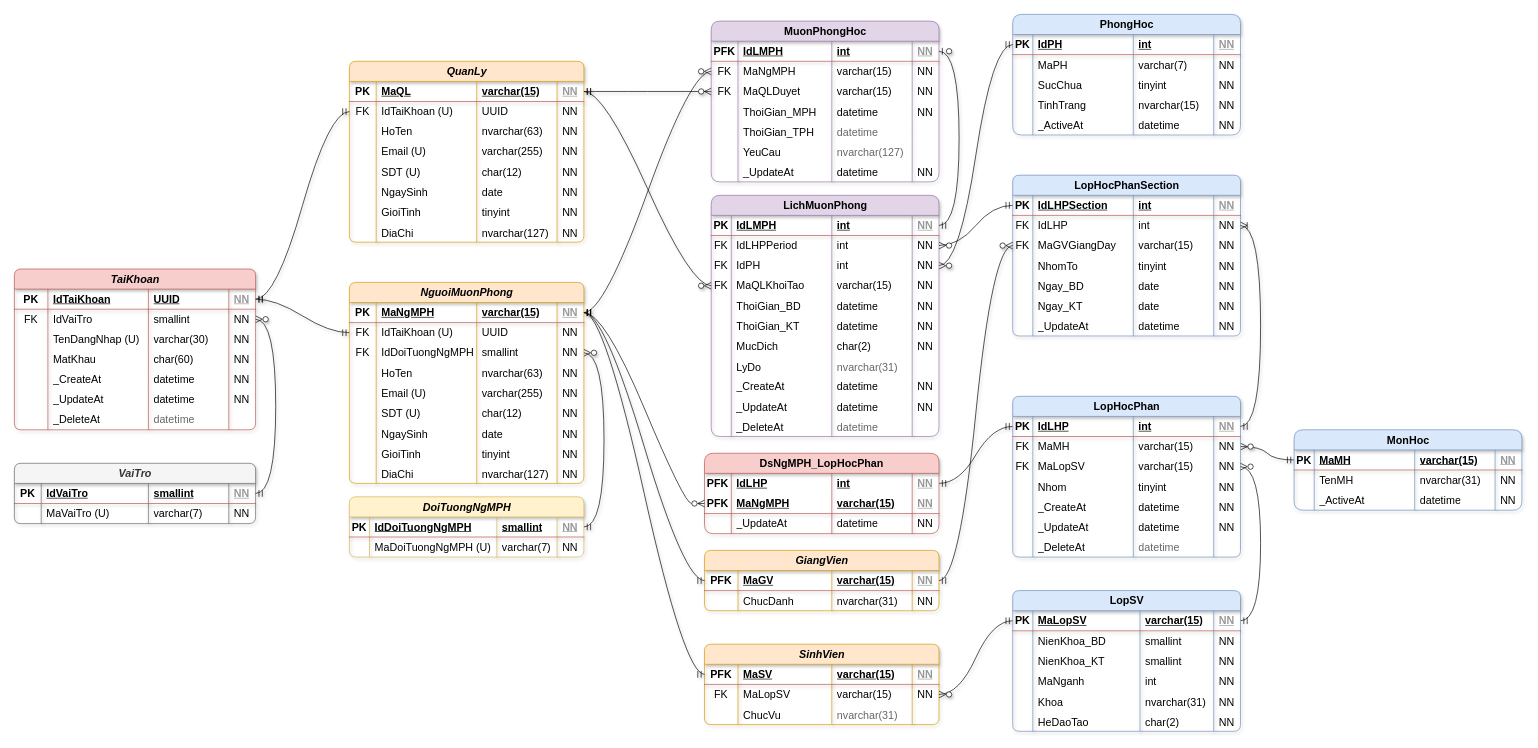
Before: page "SQL diagram" (1 of 3) of Sơ đồ diagram -Complete .drawio in Chinhddemon/QlMuonPhongHoc, a draw.io diagram. Source tidied: cells renumbered, new cells numbered last; positions are measured from the earlier drawing's top-left corner, leaving out a move shared by most shapes. Both pictures are drawn from the tidied source at 67%, with x=0, y=0 at pixel (14, 14).
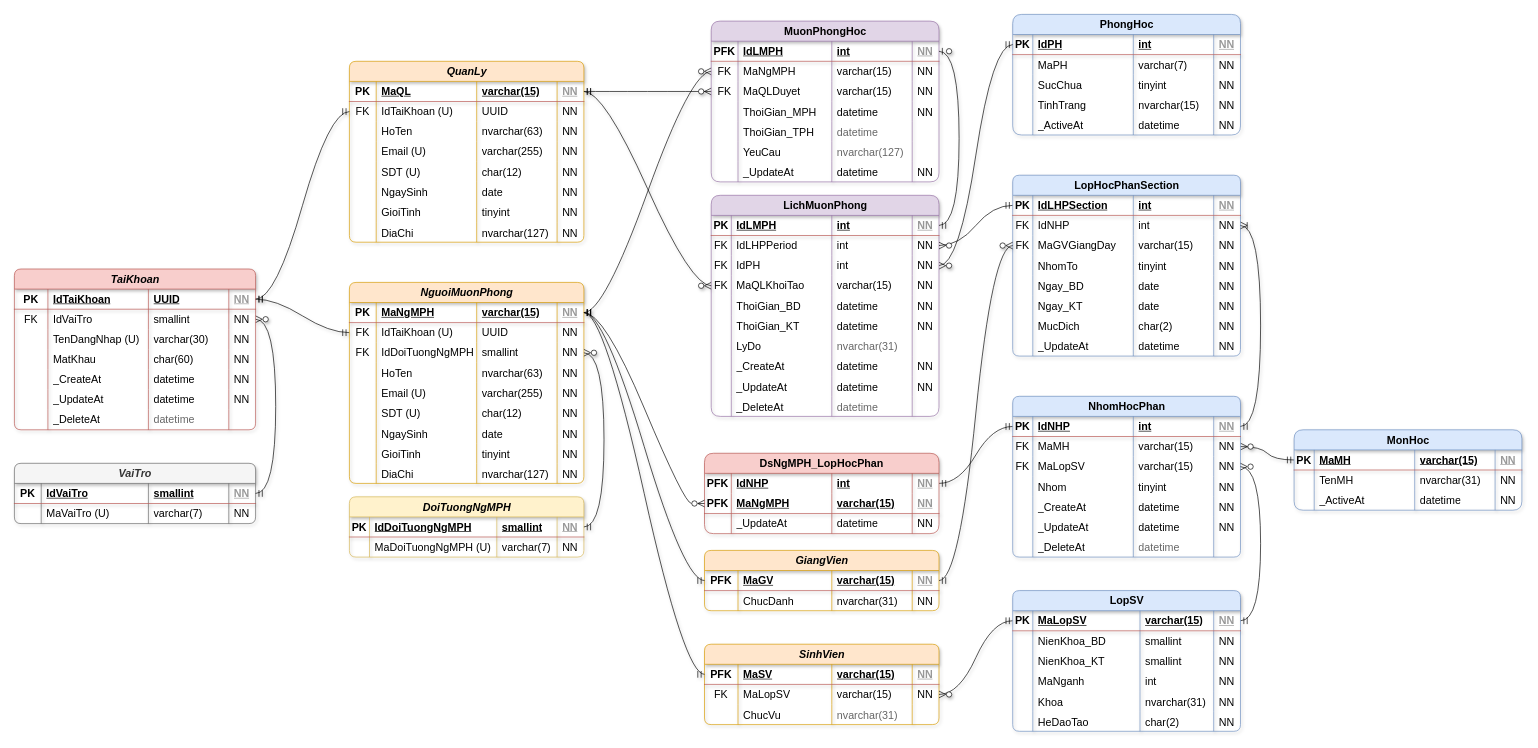
After the change.

The change refers to these unchanged cells:
```xml
<mxCell id="5" style="shape=tableRow;horizontal=0;startSize=0;swimlaneHead=0;swimlaneBody=0;fillColor=none;points=[[0,0.5],[1,0.5]];portConstraint=eastwest;top=0;left=0;right=0;bottom=1;rounded=1;shadow=1;strokeColor=#b85450;strokeWidth=1;align=center;verticalAlign=middle;fontFamily=Helvetica;fontSize=16;fontColor=default;html=1;" parent="4" vertex="1">
  <mxGeometry y="30" width="340" height="30" as="geometry" />
</mxCell>
<mxCell id="143" style="shape=tableRow;horizontal=0;startSize=0;swimlaneHead=0;swimlaneBody=0;fillColor=none;points=[[0,0.5],[1,0.5]];portConstraint=eastwest;top=0;left=0;right=0;bottom=0;html=1;rounded=1;shadow=1;strokeColor=#b85450;strokeWidth=1;align=center;verticalAlign=middle;fontFamily=Helvetica;fontSize=16;fontColor=default;" parent="142" vertex="1">
  <mxGeometry y="30" width="350" height="30" as="geometry" />
</mxCell>
<mxCell id="416" style="shape=tableRow;horizontal=0;startSize=0;swimlaneHead=0;swimlaneBody=0;fillColor=none;points=[[0,0.5],[1,0.5]];portConstraint=eastwest;top=0;left=0;right=0;bottom=0;fontSize=16;" parent="410" vertex="1">
  <mxGeometry y="60" width="340" height="30" as="geometry" />
</mxCell>
```

What changed in the source:
```diff
@@
-    <mxCell id="4" value="LopHocPhan" style="shape=table;startSize=30;childLayout=tableLayout;rowLines=0;fontStyle=1;align=center;html=1;rounded=1;shadow=1;strokeColor=#6c8ebf;strokeWidth=1;verticalAlign=middle;fontFamily=Helvetica;fontSize=16;fillColor=#dae8fc;swimlaneFillColor=none;arcSize=11;" parent="1" vertex="1">
+    <mxCell id="4" value="NhomHocPhan" style="shape=table;startSize=30;childLayout=tableLayout;rowLines=0;fontStyle=1;align=center;html=1;rounded=1;shadow=1;strokeColor=#6c8ebf;strokeWidth=1;verticalAlign=middle;fontFamily=Helvetica;fontSize=16;fillColor=#dae8fc;swimlaneFillColor=none;arcSize=11;" parent="1" vertex="1">
       <mxGeometry x="1490" y="570" width="340" height="240" as="geometry" />
     </mxCell>
@@
-    <mxCell id="7" value="IdLHP" style="shape=partialRectangle;fillColor=none;top=0;left=0;bottom=0;right=0;align=left;spacingLeft=6;fontStyle=5;overflow=hidden;whiteSpace=wrap;html=1;rounded=1;shadow=1;strokeColor=#b85450;strokeWidth=1;verticalAlign=middle;fontFamily=Helvetica;fontSize=16;fontColor=default;startSize=30;" parent="5" vertex="1">
+    <mxCell id="7" value="IdNHP" style="shape=partialRectangle;fillColor=none;top=0;left=0;bottom=0;right=0;align=left;spacingLeft=6;fontStyle=5;overflow=hidden;whiteSpace=wrap;html=1;rounded=1;shadow=1;strokeColor=#b85450;strokeWidth=1;verticalAlign=middle;fontFamily=Helvetica;fontSize=16;fontColor=default;startSize=30;" parent="5" vertex="1">
       <mxGeometry x="30" width="150" height="30" as="geometry" />
     </mxCell>
@@
     <mxCell id="86" value="LichMuonPhong" style="shape=table;startSize=30;childLayout=tableLayout;rowLines=0;fontStyle=1;align=center;html=1;rounded=1;shadow=1;strokeColor=#9673a6;strokeWidth=1;verticalAlign=middle;fontFamily=Helvetica;fontSize=16;fillColor=#e1d5e7;" parent="1" vertex="1">
-      <mxGeometry x="1040" y="270" width="340" height="360" as="geometry" />
+      <mxGeometry x="1040" y="270" width="340" height="330" as="geometry" />
     </mxCell>
@@
-    <mxCell id="117" style="shape=tableRow;horizontal=0;startSize=0;swimlaneHead=0;swimlaneBody=0;fillColor=none;top=0;left=0;right=0;bottom=0;rounded=1;shadow=1;strokeColor=#9673a6;strokeWidth=1;align=center;verticalAlign=middle;fontFamily=Helvetica;fontSize=16;fontColor=default;html=1;" parent="86" vertex="1">
-      <mxGeometry y="210" width="340" height="30" as="geometry" />
-    </mxCell>
-    <mxCell id="118" style="shape=partialRectangle;fillColor=none;top=0;left=0;bottom=0;right=0;overflow=hidden;rounded=1;shadow=1;strokeColor=#9673a6;strokeWidth=1;align=center;verticalAlign=middle;fontFamily=Helvetica;fontSize=16;fontColor=default;startSize=30;html=1;" parent="117" vertex="1">
-      <mxGeometry width="30" height="30" as="geometry" />
-    </mxCell>
-    <mxCell id="119" value="MucDich" style="shape=partialRectangle;fillColor=none;top=0;left=0;bottom=0;right=0;align=left;spacingLeft=6;overflow=hidden;rounded=1;shadow=1;strokeColor=#9673a6;strokeWidth=1;verticalAlign=middle;fontFamily=Helvetica;fontSize=16;fontColor=default;startSize=30;html=1;" parent="117" vertex="1">
-      <mxGeometry x="30" width="150" height="30" as="geometry" />
-    </mxCell>
-    <mxCell id="120" value="char(2)" style="shape=partialRectangle;fillColor=none;top=0;left=0;bottom=0;right=0;align=left;spacingLeft=6;overflow=hidden;rounded=1;shadow=1;strokeColor=#9673a6;strokeWidth=1;verticalAlign=middle;fontFamily=Helvetica;fontSize=16;fontColor=default;startSize=30;html=1;" parent="117" vertex="1">
-      <mxGeometry x="180" width="120" height="30" as="geometry" />
-    </mxCell>
-    <mxCell id="121" value="NN" style="shape=partialRectangle;fillColor=none;top=0;left=0;bottom=0;right=0;align=left;spacingLeft=6;overflow=hidden;rounded=1;shadow=1;strokeColor=#9673a6;strokeWidth=1;verticalAlign=middle;fontFamily=Helvetica;fontSize=16;fontColor=default;startSize=30;html=1;" parent="117" vertex="1">
-      <mxGeometry x="300" width="40" height="30" as="geometry" />
-    </mxCell>
     <mxCell id="122" style="shape=tableRow;horizontal=0;startSize=0;swimlaneHead=0;swimlaneBody=0;fillColor=none;top=0;left=0;right=0;bottom=0;fontSize=16;" parent="86" vertex="1">
-      <mxGeometry y="240" width="340" height="30" as="geometry" />
+      <mxGeometry y="210" width="340" height="30" as="geometry" />
     </mxCell>
@@
     <mxCell id="127" style="shape=tableRow;horizontal=0;startSize=0;swimlaneHead=0;swimlaneBody=0;fillColor=none;top=0;left=0;right=0;bottom=0;rounded=1;shadow=1;strokeColor=#b85450;strokeWidth=1;align=center;verticalAlign=middle;fontFamily=Helvetica;fontSize=16;fontColor=default;html=1;" parent="86" vertex="1">
-      <mxGeometry y="270" width="340" height="30" as="geometry" />
+      <mxGeometry y="240" width="340" height="30" as="geometry" />
     </mxCell>
@@
     <mxCell id="132" style="shape=tableRow;horizontal=0;startSize=0;swimlaneHead=0;swimlaneBody=0;fillColor=none;top=0;left=0;right=0;bottom=0;fontSize=16;" parent="86" vertex="1">
-      <mxGeometry y="300" width="340" height="30" as="geometry" />
+      <mxGeometry y="270" width="340" height="30" as="geometry" />
     </mxCell>
@@
     <mxCell id="137" style="shape=tableRow;horizontal=0;startSize=0;swimlaneHead=0;swimlaneBody=0;fillColor=none;top=0;left=0;right=0;bottom=0;fontSize=16;" parent="86" vertex="1">
-      <mxGeometry y="330" width="340" height="30" as="geometry" />
+      <mxGeometry y="300" width="340" height="30" as="geometry" />
     </mxCell>
@@
-    <mxCell id="145" value="IdLHP" style="shape=partialRectangle;fillColor=none;top=0;left=0;bottom=0;right=0;align=left;spacingLeft=6;fontStyle=5;overflow=hidden;html=1;whiteSpace=wrap;rounded=1;shadow=1;strokeColor=#b85450;strokeWidth=1;verticalAlign=middle;fontFamily=Helvetica;fontSize=16;fontColor=default;startSize=30;" parent="143" vertex="1">
+    <mxCell id="145" value="IdNHP" style="shape=partialRectangle;fillColor=none;top=0;left=0;bottom=0;right=0;align=left;spacingLeft=6;fontStyle=5;overflow=hidden;html=1;whiteSpace=wrap;rounded=1;shadow=1;strokeColor=#b85450;strokeWidth=1;verticalAlign=middle;fontFamily=Helvetica;fontSize=16;fontColor=default;startSize=30;" parent="143" vertex="1">
       <mxGeometry x="40" width="150" height="30" as="geometry" />
     </mxCell>
@@
     <mxCell id="410" value="LopHocPhanSection" style="shape=table;startSize=30;childLayout=tableLayout;rowLines=0;fontStyle=1;align=center;html=1;rounded=1;shadow=1;strokeColor=#6c8ebf;strokeWidth=1;verticalAlign=middle;fontFamily=Helvetica;fontSize=16;fillColor=#dae8fc;swimlaneFillColor=none;arcSize=11;" parent="1" vertex="1">
-      <mxGeometry x="1490" y="240" width="340" height="240" as="geometry" />
+      <mxGeometry x="1490" y="240" width="340" height="270" as="geometry" />
     </mxCell>
@@
-    <mxCell id="418" value="IdLHP" style="shape=partialRectangle;fillColor=none;top=0;left=0;bottom=0;right=0;align=left;spacingLeft=6;fontStyle=0;overflow=hidden;whiteSpace=wrap;html=1;fontSize=16;" parent="416" vertex="1">
+    <mxCell id="418" value="IdNHP" style="shape=partialRectangle;fillColor=none;top=0;left=0;bottom=0;right=0;align=left;spacingLeft=6;fontStyle=0;overflow=hidden;whiteSpace=wrap;html=1;fontSize=16;" parent="416" vertex="1">
       <mxGeometry x="30" width="150" height="30" as="geometry" />
     </mxCell>
@@
+    <mxCell id="448" style="shape=tableRow;horizontal=0;startSize=0;swimlaneHead=0;swimlaneBody=0;fillColor=none;top=0;left=0;right=0;bottom=0;fontSize=16;" parent="410" vertex="1">
+      <mxGeometry y="210" width="340" height="30" as="geometry" />
+    </mxCell>
+    <mxCell id="449" style="shape=partialRectangle;fillColor=none;top=0;left=0;bottom=0;right=0;overflow=hidden;fontSize=16;" parent="448" vertex="1">
+      <mxGeometry width="30" height="30" as="geometry" />
+    </mxCell>
+    <mxCell id="119" value="MucDich" style="shape=partialRectangle;fillColor=none;top=0;left=0;bottom=0;right=0;align=left;spacingLeft=6;overflow=hidden;fontSize=16;" parent="448" vertex="1">
+      <mxGeometry x="30" width="150" height="30" as="geometry" />
+    </mxCell>
+    <mxCell id="120" value="char(2)" style="shape=partialRectangle;fillColor=none;top=0;left=0;bottom=0;right=0;align=left;spacingLeft=6;overflow=hidden;fontSize=16;" parent="448" vertex="1">
+      <mxGeometry x="180" width="120" height="30" as="geometry" />
+    </mxCell>
+    <mxCell id="121" value="NN" style="shape=partialRectangle;fillColor=none;top=0;left=0;bottom=0;right=0;align=left;spacingLeft=6;overflow=hidden;fontSize=16;" parent="448" vertex="1">
+      <mxGeometry x="300" width="40" height="30" as="geometry" />
+    </mxCell>
     <mxCell id="441" style="shape=tableRow;horizontal=0;startSize=0;swimlaneHead=0;swimlaneBody=0;fillColor=none;top=0;left=0;right=0;bottom=0;rounded=1;shadow=1;strokeColor=#b85450;strokeWidth=1;align=center;verticalAlign=middle;fontFamily=Helvetica;fontSize=16;fontColor=default;html=1;" parent="410" vertex="1">
-      <mxGeometry y="210" width="340" height="30" as="geometry" />
+      <mxGeometry y="240" width="340" height="30" as="geometry" />
     </mxCell>
```
